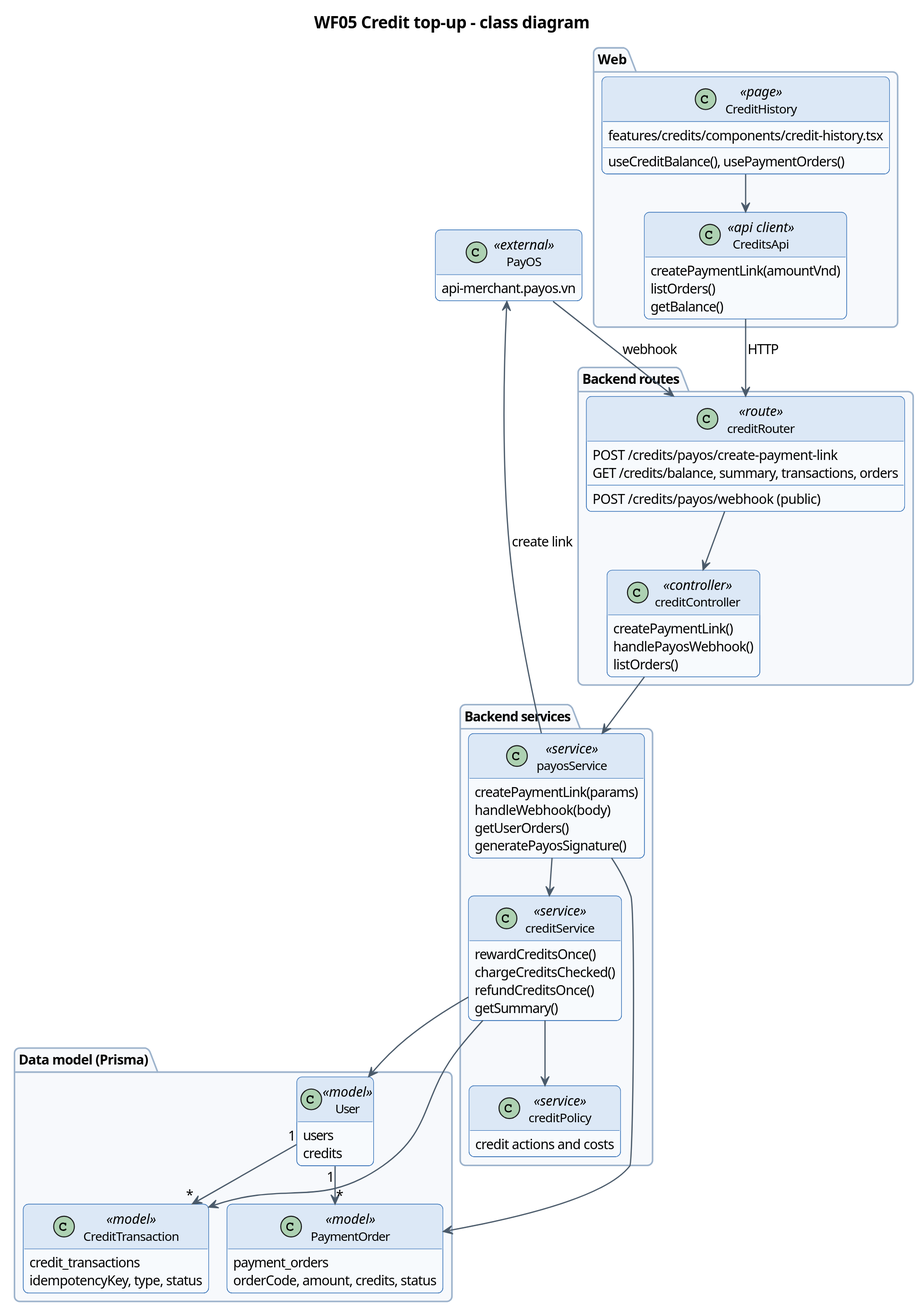
Above: docs/diagrams/report4/R4_WF05_Class.svg in Khoa-Hoa-Technology-Solution-Company/lumi-gap (PlantUML), before the change. The source it was exported from:
```plantuml
@startuml
!pragma layout smetana
skinparam dpi 150
skinparam defaultFontName "Segoe UI"
skinparam defaultFontSize 13
skinparam shadowing false
skinparam roundCorner 10
skinparam ArrowColor #4A5A6A
skinparam ArrowThickness 1.2
skinparam BorderColor #2F6DB5
skinparam BackgroundColor #FFFFFF
skinparam TitleFontSize 16
skinparam TitleFontStyle bold
skinparam usecase {
  BackgroundColor #EAF2FB
  BorderColor #2F6DB5
}
skinparam actor {
  BackgroundColor #FFFFFF
  BorderColor #1B2A3A
}
skinparam class {
  BackgroundColor #F7FAFD
  BorderColor #2F6DB5
  HeaderBackgroundColor #DCE8F6
}
skinparam state {
  BackgroundColor #EAF2FB
  BorderColor #2F6DB5
}
skinparam activity {
  BackgroundColor #EAF2FB
  BorderColor #2F6DB5
  DiamondBackgroundColor #FFF4E5
}
skinparam swimlane {
  BorderColor #9DB3CC
  TitleBackgroundColor #DCE8F6
}
skinparam sequence {
  ParticipantBackgroundColor #EAF2FB
  ParticipantBorderColor #2F6DB5
  LifeLineBorderColor #9DB3CC
  GroupBackgroundColor #F4F7FA
}
skinparam package {
  BackgroundColor #F7F9FC
  BorderColor #9DB3CC
}
skinparam note {
  BackgroundColor #FFF9E5
  BorderColor #E0B200
}
skinparam entity {
  BackgroundColor #F7FAFD
  BorderColor #2F6DB5
}
skinparam rectangle {
  BackgroundColor #F7F9FC
  BorderColor #2F6DB5
}
title WF05 Credit top-up - class diagram
hide empty members
skinparam classAttributeIconSize 0
skinparam ClassFontSize 12
package "Web" {
  class CreditHistory <<page>> {
    features/credits/components/credit-history.tsx
    useCreditBalance(), usePaymentOrders()
  }
  class CreditsApi <<api client>> {
    createPaymentLink(amountVnd)
    listOrders()
    getBalance()
  }
}
package "Backend routes" {
  class creditRouter <<route>> {
    POST /credits/payos/create-payment-link
    POST /credits/payos/webhook (public)
    GET /credits/balance, summary, transactions, orders
  }
  class creditController <<controller>> {
    createPaymentLink()
    handlePayosWebhook()
    listOrders()
  }
}
package "Backend services" {
  class payosService <<service>> {
    createPaymentLink(params)
    handleWebhook(body)
    getUserOrders()
    generatePayosSignature()
  }
  class creditService <<service>> {
    rewardCreditsOnce()
    chargeCreditsChecked()
    refundCreditsOnce()
    getSummary()
  }
  class creditPolicy <<service>> {
    credit actions and costs
  }
}
package "Data model (Prisma)" {
  class PaymentOrder <<model>> {
    payment_orders
    orderCode, amount, credits, status
  }
  class CreditTransaction <<model>> {
    credit_transactions
    idempotencyKey, type, status
  }
  class User <<model>> {
    users
    credits
  }
}
class PayOS <<external>> {
  api-merchant.payos.vn
}
CreditHistory --> CreditsApi
CreditsApi --> creditRouter : HTTP
creditRouter --> creditController
creditController --> payosService
payosService --> creditService
payosService --> PayOS : create link
PayOS --> creditRouter : webhook
payosService --> PaymentOrder
creditService --> CreditTransaction
creditService --> User
creditService --> creditPolicy
User "1" --> "*" PaymentOrder
User "1" --> "*" CreditTransaction
@enduml
```
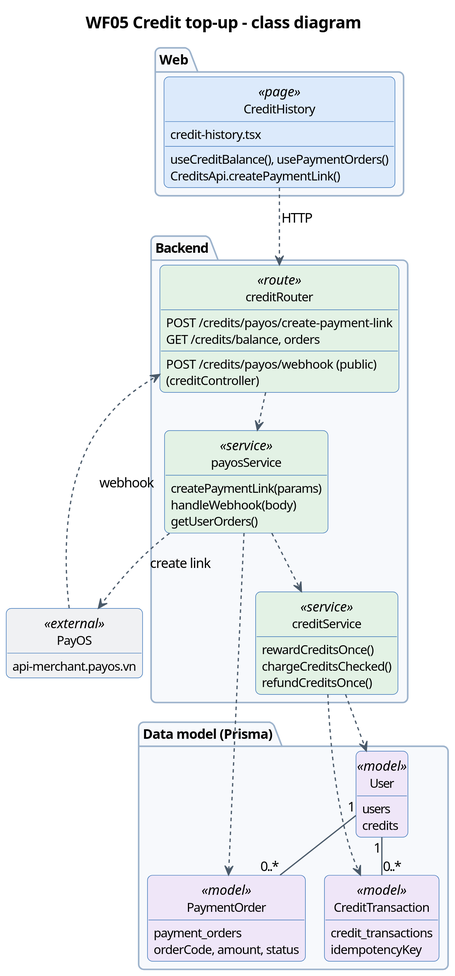
Later version of the same file.

Diff of the diagram source:
```diff
@@ -1,6 +1,6 @@
 @startuml
 !pragma layout smetana
-skinparam dpi 150
+skinparam dpi 200
 skinparam defaultFontName "Segoe UI"
 skinparam defaultFontSize 13
 skinparam shadowing false
@@ -59,58 +59,83 @@
   BackgroundColor #F7F9FC
   BorderColor #2F6DB5
 }
+skinparam classAttributeIconSize 0
+skinparam ClassFontSize 12
+skinparam ClassAttributeFontSize 12
+skinparam nodesep 25
+skinparam ranksep 40
+skinparam class<<page>> {
+  BackgroundColor #DCEAFB
+}
+skinparam class<<hook>> {
+  BackgroundColor #DCEAFB
+}
+skinparam class<<api client>> {
+  BackgroundColor #DCEAFB
+}
+skinparam class<<route>> {
+  BackgroundColor #E3F2E5
+}
+skinparam class<<controller>> {
+  BackgroundColor #E3F2E5
+}
+skinparam class<<service>> {
+  BackgroundColor #E3F2E5
+}
+skinparam class<<rules>> {
+  BackgroundColor #E3F2E5
+}
+skinparam class<<client>> {
+  BackgroundColor #F0F1F3
+}
+skinparam class<<worker>> {
+  BackgroundColor #FFF1DC
+}
+skinparam class<<job>> {
+  BackgroundColor #FFF1DC
+}
+skinparam class<<model>> {
+  BackgroundColor #EFE6F8
+}
+skinparam class<<external>> {
+  BackgroundColor #F0F1F3
+}
 title WF05 Credit top-up - class diagram
 hide empty members
-skinparam classAttributeIconSize 0
-skinparam ClassFontSize 12
+hide circle
 package "Web" {
   class CreditHistory <<page>> {
-    features/credits/components/credit-history.tsx
+    credit-history.tsx
     useCreditBalance(), usePaymentOrders()
-  }
-  class CreditsApi <<api client>> {
-    createPaymentLink(amountVnd)
-    listOrders()
-    getBalance()
+    CreditsApi.createPaymentLink()
   }
 }
-package "Backend routes" {
+package "Backend" {
   class creditRouter <<route>> {
     POST /credits/payos/create-payment-link
     POST /credits/payos/webhook (public)
-    GET /credits/balance, summary, transactions, orders
+    GET /credits/balance, orders
+    (creditController)
   }
-  class creditController <<controller>> {
-    createPaymentLink()
-    handlePayosWebhook()
-    listOrders()
-  }
-}
-package "Backend services" {
   class payosService <<service>> {
     createPaymentLink(params)
     handleWebhook(body)
     getUserOrders()
-    generatePayosSignature()
   }
   class creditService <<service>> {
     rewardCreditsOnce()
     chargeCreditsChecked()
     refundCreditsOnce()
-    getSummary()
-  }
-  class creditPolicy <<service>> {
-    credit actions and costs
   }
 }
 package "Data model (Prisma)" {
   class PaymentOrder <<model>> {
     payment_orders
-    orderCode, amount, credits, status
+    orderCode, amount, status
   }
   class CreditTransaction <<model>> {
     credit_transactions
-    idempotencyKey, type, status
+    idempotencyKey
   }
   class User <<model>> {
     users
@@ -120,17 +145,14 @@
 class PayOS <<external>> {
   api-merchant.payos.vn
 }
-CreditHistory --> CreditsApi
-CreditsApi --> creditRouter : HTTP
-creditRouter --> creditController
-creditController --> payosService
-payosService --> creditService
-payosService --> PayOS : create link
-PayOS --> creditRouter : webhook
-payosService --> PaymentOrder
-creditService --> CreditTransaction
-creditService --> User
-creditService --> creditPolicy
-User "1" --> "*" PaymentOrder
-User "1" --> "*" CreditTransaction
+CreditHistory ..> creditRouter : HTTP
+creditRouter ..> payosService
+payosService ..> creditService
+payosService ..> PayOS : create link
+PayOS ..> creditRouter : webhook
+payosService ..> PaymentOrder
+creditService ..> CreditTransaction
+creditService ..> User
+User "1" -- "0..*" PaymentOrder
+User "1" -- "0..*" CreditTransaction
 @enduml
```
